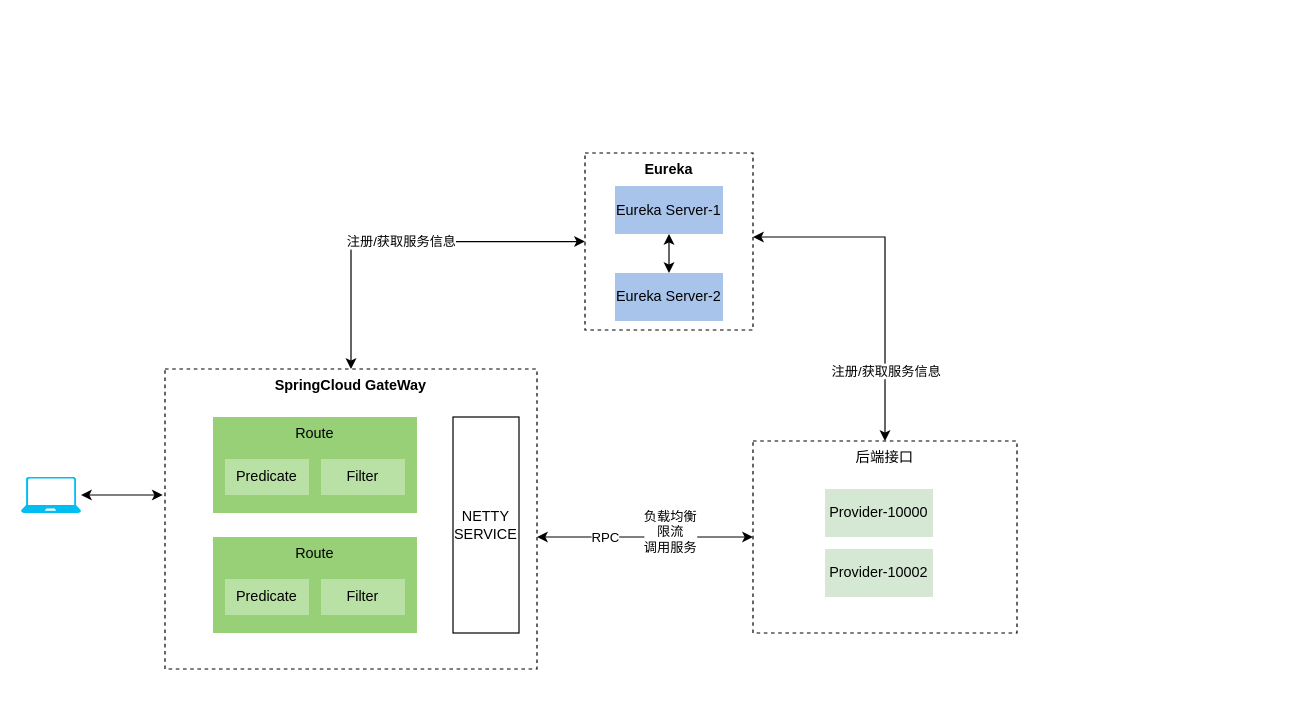
Above: asserts/架构图.drawio in RainbowJier/SpringCloud (draw.io), before the change. Source tidied: cells renumbered, new cells numbered last; positions are measured from the earlier drawing's top-left corner, leaving out a move shared by most shapes. Both pictures are drawn from the tidied source at 120%, with x=0, y=0 at pixel (20, 152).
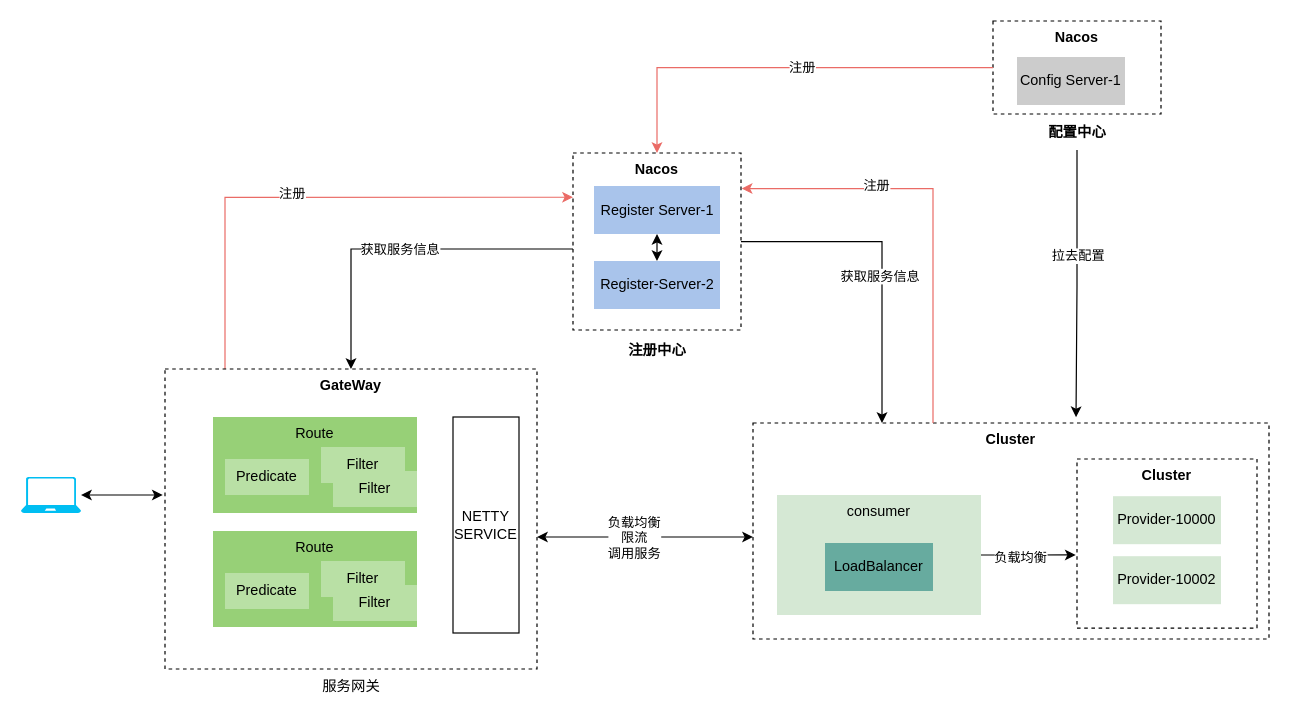
Above is the later version.

Commit message (it also covers changes not shown here):
更新架构图.drawio

Unchanged cells that the change refers to:
```xml
<mxCell id="5" style="group;" parent="1" vertex="1">
  <mxGeometry x="160" y="220" width="170" height="80" as="geometry" />
</mxCell>
<mxCell id="22" style="endArrow=classic;startArrow=classic;html=1;rounded=0;exitX=1;exitY=0.56;exitDx=0;exitDy=0;exitPerimeter=0;" parent="1" edge="1" source="3">
  <mxGeometry relative="1" as="geometry">
    <mxPoint x="610" y="320" as="targetPoint" />
  </mxGeometry>
</mxCell>
```

Change to the diagram source:
```diff
@@
+    <mxCell id="30" style="edgeStyle=orthogonalEdgeStyle;rounded=0;jettySize=auto;html=1;entryX=0;entryY=0.25;entryDx=0;entryDy=0;strokeColor=#EA6B66;" parent="1" edge="1" source="3" target="14">
+      <mxGeometry relative="1" as="geometry">
+        <Array as="points">
+          <mxPoint x="170" y="37" />
+        </Array>
+      </mxGeometry>
+    </mxCell>
+    <mxCell id="31" value="注册" style="edgeLabel;html=1;align=center;verticalAlign=middle;" parent="30" vertex="1">
+      <mxGeometry x="-0.28" y="3" relative="1" as="geometry">
+        <mxPoint x="43" as="offset" />
+      </mxGeometry>
+    </mxCell>
-    <mxCell id="3" value="&lt;b&gt;SpringCloud GateWay&lt;/b&gt;" style="rounded=0;whiteSpace=wrap;html=1;fillColor=none;strokeColor=default;align=center;verticalAlign=top;dashed=1;" parent="1" vertex="1">
+    <mxCell id="3" value="&lt;b&gt;GateWay&lt;/b&gt;" style="rounded=0;whiteSpace=wrap;html=1;fillColor=none;strokeColor=default;align=center;verticalAlign=top;dashed=1;" parent="1" vertex="1">
       <mxGeometry x="120" y="180" width="310" height="250" as="geometry" />
     </mxCell>
@@
     <mxCell id="7" value="Filter" style="rounded=0;whiteSpace=wrap;html=1;fillColor=#B9E0A5;align=center;verticalAlign=middle;strokeColor=none;" parent="5" vertex="1">
-      <mxGeometry x="90" y="35" width="70" height="30" as="geometry" />
+      <mxGeometry x="90" y="25" width="70" height="30" as="geometry" />
     </mxCell>
@@
-    <mxCell id="9" style="group;" parent="1" vertex="1">
-      <mxGeometry x="160" y="320" width="170" height="80" as="geometry" />
-    </mxCell>
-    <mxCell id="10" value="Route" style="rounded=0;whiteSpace=wrap;html=1;fillColor=#97D077;align=center;verticalAlign=top;strokeColor=none;" parent="9" vertex="1">
-      <mxGeometry width="170" height="80" as="geometry" />
-    </mxCell>
-    <mxCell id="11" value="Filter" style="rounded=0;whiteSpace=wrap;html=1;fillColor=#B9E0A5;align=center;verticalAlign=middle;strokeColor=none;" parent="9" vertex="1">
-      <mxGeometry x="90" y="35" width="70" height="30" as="geometry" />
-    </mxCell>
-    <mxCell id="12" value="Predicate" style="rounded=0;whiteSpace=wrap;html=1;fillColor=#B9E0A5;align=center;verticalAlign=middle;strokeColor=none;" parent="9" vertex="1">
-      <mxGeometry x="10" y="35" width="70" height="30" as="geometry" />
-    </mxCell>
     <mxCell id="13" style="group;" parent="1" vertex="1">
-      <mxGeometry x="470" width="140" height="147.5" as="geometry" />
+      <mxGeometry x="460" width="140" height="147.5" as="geometry" />
     </mxCell>
-    <mxCell id="14" value="&lt;b&gt;Eureka&lt;/b&gt;" style="rounded=0;whiteSpace=wrap;html=1;fillColor=none;strokeColor=default;align=center;verticalAlign=top;dashed=1;" parent="13" vertex="1">
+    <mxCell id="14" value="&lt;b&gt;Nacos&lt;/b&gt;" style="rounded=0;whiteSpace=wrap;html=1;fillColor=none;strokeColor=default;align=center;verticalAlign=top;dashed=1;" parent="13" vertex="1">
       <mxGeometry width="140" height="147.5" as="geometry" />
     </mxCell>
-    <mxCell id="15" value="Eureka Server-2" style="rounded=0;whiteSpace=wrap;html=1;fillColor=#A9C4EB;strokeColor=none;" parent="13" vertex="1">
-      <mxGeometry x="25" y="100" width="90" height="40" as="geometry" />
+    <mxCell id="15" value="Register-Server-2" style="rounded=0;whiteSpace=wrap;html=1;fillColor=#A9C4EB;strokeColor=none;" parent="13" vertex="1">
+      <mxGeometry x="17.5" y="90" width="105" height="40" as="geometry" />
     </mxCell>
-    <mxCell id="16" value="Eureka Server-1" style="rounded=0;whiteSpace=wrap;html=1;fillColor=#A9C4EB;strokeColor=none;" parent="13" vertex="1">
-      <mxGeometry x="25" y="27.5" width="90" height="40" as="geometry" />
+    <mxCell id="16" value="Register Server-1" style="rounded=0;whiteSpace=wrap;html=1;fillColor=#A9C4EB;strokeColor=none;" parent="13" vertex="1">
+      <mxGeometry x="17.5" y="27.5" width="105" height="40" as="geometry" />
     </mxCell>
@@
-    <mxCell id="18" style="group;" parent="1" vertex="1">
-      <mxGeometry x="610" y="240" width="220" height="160" as="geometry" />
-    </mxCell>
-    <mxCell id="19" value="后端接口" style="group;strokeColor=default;dashed=1;" parent="18" vertex="1">
-      <mxGeometry width="220" height="160" as="geometry" />
-    </mxCell>
-    <mxCell id="20" value="Provider-10000" style="rounded=0;whiteSpace=wrap;html=1;fillColor=#D5E8D4;strokeColor=none;" parent="18" vertex="1">
-      <mxGeometry x="60" y="40" width="90" height="40" as="geometry" />
-    </mxCell>
-    <mxCell id="21" value="Provider-10002" style="rounded=0;whiteSpace=wrap;html=1;fillColor=#D5E8D4;strokeColor=none;" parent="18" vertex="1">
-      <mxGeometry x="60" y="90" width="90" height="40" as="geometry" />
-    </mxCell>
@@
     <mxCell id="23" value="负载均衡&lt;br&gt;限流&lt;br&gt;调用服务" style="edgeLabel;html=1;align=center;verticalAlign=middle;" parent="22" vertex="1">
       <mxGeometry x="-0.27" relative="1" as="geometry">
-        <mxPoint x="44" y="-5" as="offset" />
+        <mxPoint x="14" as="offset" />
       </mxGeometry>
     </mxCell>
-    <mxCell id="24" value="RPC" style="edgeLabel;html=1;align=center;verticalAlign=middle;" parent="22" vertex="1">
-      <mxGeometry x="-0.38" relative="1" as="geometry" />
-    </mxCell>
-    <mxCell id="25" style="endArrow=classic;startArrow=classic;html=1;rounded=0;edgeStyle=elbowEdgeStyle;elbow=vertical;" parent="1" edge="1" target="14">
-      <mxGeometry relative="1" as="geometry">
-        <mxPoint x="720" y="240" as="sourcePoint" />
-        <Array as="points">
-          <mxPoint x="670" y="70" />
-        </Array>
-      </mxGeometry>
-    </mxCell>
-    <mxCell id="26" value="注册/获取服务信息" style="edgeLabel;html=1;align=center;verticalAlign=middle;" parent="25" vertex="1">
-      <mxGeometry x="-0.11" y="-2" relative="1" as="geometry">
-        <mxPoint x="-2" y="66" as="offset" />
-      </mxGeometry>
-    </mxCell>
@@
-    <mxCell id="28" style="edgeStyle=orthogonalEdgeStyle;rounded=0;jettySize=auto;html=1;startArrow=classic;startFill=1;" parent="1" edge="1" source="14" target="3">
-      <mxGeometry relative="1" as="geometry" />
+    <mxCell id="28" style="edgeStyle=orthogonalEdgeStyle;rounded=0;jettySize=auto;html=1;startArrow=none;startFill=0;" parent="1" edge="1" source="14" target="3">
+      <mxGeometry relative="1" as="geometry">
+        <Array as="points">
+          <mxPoint x="275" y="80" />
+        </Array>
+      </mxGeometry>
     </mxCell>
-    <mxCell id="29" value="注册/获取服务信息" style="edgeLabel;html=1;align=center;verticalAlign=middle;" parent="28" vertex="1">
+    <mxCell id="29" value="获取服务信息" style="edgeLabel;html=1;align=center;verticalAlign=middle;" parent="28" vertex="1">
       <mxGeometry x="0.02" relative="1" as="geometry" />
     </mxCell>
+    <mxCell id="32" style="group;" parent="1" vertex="1">
+      <mxGeometry x="810" y="-110" width="140" height="77.5" as="geometry" />
+    </mxCell>
+    <mxCell id="33" value="&lt;b&gt;Nacos&lt;/b&gt;" style="rounded=0;whiteSpace=wrap;html=1;fillColor=none;strokeColor=default;align=center;verticalAlign=top;dashed=1;" parent="32" vertex="1">
+      <mxGeometry width="140" height="77.5" as="geometry" />
+    </mxCell>
+    <mxCell id="34" value="Config Server-1" style="rounded=0;whiteSpace=wrap;html=1;fillColor=#CCCCCC;strokeColor=none;" parent="32" vertex="1">
+      <mxGeometry x="20" y="30" width="90" height="40" as="geometry" />
+    </mxCell>
+    <mxCell id="35" value="Filter" style="rounded=0;whiteSpace=wrap;html=1;fillColor=#B9E0A5;align=center;verticalAlign=middle;strokeColor=none;" parent="1" vertex="1">
+      <mxGeometry x="260" y="265" width="70" height="30" as="geometry" />
+    </mxCell>
+    <mxCell id="36" style="group;" parent="1" vertex="1">
+      <mxGeometry x="160" y="315" width="170" height="80" as="geometry" />
+    </mxCell>
+    <mxCell id="10" value="Route" style="rounded=0;whiteSpace=wrap;html=1;fillColor=#97D077;align=center;verticalAlign=top;strokeColor=none;" parent="36" vertex="1">
+      <mxGeometry width="170" height="80" as="geometry" />
+    </mxCell>
+    <mxCell id="37" value="Filter" style="rounded=0;whiteSpace=wrap;html=1;fillColor=#B9E0A5;align=center;verticalAlign=middle;strokeColor=none;" parent="36" vertex="1">
+      <mxGeometry x="90" y="25" width="70" height="30" as="geometry" />
+    </mxCell>
+    <mxCell id="12" value="Predicate" style="rounded=0;whiteSpace=wrap;html=1;fillColor=#B9E0A5;align=center;verticalAlign=middle;strokeColor=none;" parent="36" vertex="1">
+      <mxGeometry x="10" y="35" width="70" height="30" as="geometry" />
+    </mxCell>
+    <mxCell id="38" value="Filter" style="rounded=0;whiteSpace=wrap;html=1;fillColor=#B9E0A5;align=center;verticalAlign=middle;strokeColor=none;" parent="36" vertex="1">
+      <mxGeometry x="100" y="45" width="70" height="30" as="geometry" />
+    </mxCell>
+    <mxCell id="39" style="group;" parent="1" vertex="1">
+      <mxGeometry x="610" y="225" width="430" height="180" as="geometry" />
+    </mxCell>
+    <mxCell id="40" value="&lt;b&gt;Cluster&lt;/b&gt;" style="rounded=0;whiteSpace=wrap;html=1;fillColor=none;dashed=1;verticalAlign=top;" parent="39" vertex="1">
+      <mxGeometry width="430" height="180" as="geometry" />
+    </mxCell>
+    <mxCell id="41" style="group;" parent="39" vertex="1">
+      <mxGeometry x="20" y="60" width="170" height="100" as="geometry" />
+    </mxCell>
+    <mxCell id="42" value="consumer" style="rounded=0;whiteSpace=wrap;html=1;fillColor=#D5E8D4;strokeColor=none;verticalAlign=top;" parent="41" vertex="1">
+      <mxGeometry width="170" height="100" as="geometry" />
+    </mxCell>
+    <mxCell id="43" value="LoadBalancer" style="rounded=0;whiteSpace=wrap;html=1;fillColor=#67AB9F;strokeColor=none;" parent="41" vertex="1">
+      <mxGeometry x="40" y="40" width="90" height="40" as="geometry" />
+    </mxCell>
+    <mxCell id="44" style="group;" parent="39" vertex="1">
+      <mxGeometry x="270" y="30" width="150" height="141" as="geometry" />
+    </mxCell>
+    <mxCell id="20" value="Provider-10000" style="rounded=0;whiteSpace=wrap;html=1;fillColor=#D5E8D4;strokeColor=none;" parent="44" vertex="1">
+      <mxGeometry x="30" y="31" width="90" height="40" as="geometry" />
+    </mxCell>
+    <mxCell id="21" value="Provider-10002" style="rounded=0;whiteSpace=wrap;html=1;fillColor=#D5E8D4;strokeColor=none;" parent="44" vertex="1">
+      <mxGeometry x="30" y="81" width="90" height="40" as="geometry" />
+    </mxCell>
+    <mxCell id="45" value="&lt;b&gt;Cluster&lt;/b&gt;" style="rounded=0;whiteSpace=wrap;html=1;fillColor=none;dashed=1;verticalAlign=top;" parent="44" vertex="1">
+      <mxGeometry width="150" height="141" as="geometry" />
+    </mxCell>
+    <mxCell id="46" style="edgeStyle=orthogonalEdgeStyle;rounded=0;jettySize=auto;html=1;entryX=-0.007;entryY=0.567;entryDx=0;entryDy=0;entryPerimeter=0;" parent="39" edge="1" source="42" target="45">
+      <mxGeometry relative="1" as="geometry" />
+    </mxCell>
+    <mxCell id="47" value="负载均衡" style="edgeLabel;html=1;align=center;verticalAlign=middle;" parent="46" vertex="1">
+      <mxGeometry x="-0.18" y="-1" relative="1" as="geometry" />
+    </mxCell>
+    <mxCell id="48" style="edgeStyle=orthogonalEdgeStyle;rounded=0;jettySize=auto;html=1;entryX=1.004;entryY=0.201;entryDx=0;entryDy=0;entryPerimeter=0;strokeColor=#EA6B66;" parent="1" edge="1" source="40" target="14">
+      <mxGeometry relative="1" as="geometry">
+        <Array as="points">
+          <mxPoint x="760" y="30" />
+        </Array>
+      </mxGeometry>
+    </mxCell>
+    <mxCell id="49" value="注册" style="edgeLabel;html=1;align=center;verticalAlign=middle;" parent="48" vertex="1">
+      <mxGeometry x="0.37" y="-3" relative="1" as="geometry" />
+    </mxCell>
+    <mxCell id="50" style="edgeStyle=orthogonalEdgeStyle;rounded=0;jettySize=auto;html=1;entryX=0.25;entryY=0;entryDx=0;entryDy=0;" parent="1" edge="1" source="14" target="40">
+      <mxGeometry relative="1" as="geometry">
+        <Array as="points">
+          <mxPoint x="718" y="74" />
+        </Array>
+      </mxGeometry>
+    </mxCell>
+    <mxCell id="51" value="获取服务信息" style="edgeLabel;html=1;align=center;verticalAlign=middle;" parent="50" vertex="1">
+      <mxGeometry x="0.09" y="-2" relative="1" as="geometry" />
+    </mxCell>
+    <mxCell id="52" style="edgeStyle=orthogonalEdgeStyle;rounded=0;jettySize=auto;html=1;strokeColor=#EA6B66;" parent="1" edge="1" source="33" target="14">
+      <mxGeometry relative="1" as="geometry" />
+    </mxCell>
+    <mxCell id="53" value="注册" style="edgeLabel;html=1;align=center;verticalAlign=middle;" parent="52" vertex="1">
+      <mxGeometry x="-0.03" y="-4" relative="1" as="geometry">
+        <mxPoint x="10" y="4" as="offset" />
+      </mxGeometry>
+    </mxCell>
+    <mxCell id="54" value="&lt;b&gt;注册中心&lt;/b&gt;" style="text;html=1;align=center;verticalAlign=middle;strokeColor=none;fillColor=none;" parent="1" vertex="1">
+      <mxGeometry x="495" y="150" width="70" height="30" as="geometry" />
+    </mxCell>
+    <mxCell id="55" value="&lt;b&gt;配置中心&lt;/b&gt;" style="text;html=1;align=center;verticalAlign=middle;points=[];strokeColor=none;fillColor=none;" parent="1" vertex="1">
+      <mxGeometry x="845" y="-32.5" width="70" height="30" as="geometry" />
+    </mxCell>
+    <mxCell id="56" value="服务网关" style="text;html=1;align=center;verticalAlign=middle;strokeColor=none;fillColor=none;" parent="1" vertex="1">
+      <mxGeometry x="240" y="430" width="70" height="30" as="geometry" />
+    </mxCell>
+    <mxCell id="57" style="edgeStyle=orthogonalEdgeStyle;rounded=0;jettySize=auto;html=1;entryX=0.626;entryY=-0.027;entryDx=0;entryDy=0;entryPerimeter=0;" parent="1" edge="1" source="55" target="40">
+      <mxGeometry relative="1" as="geometry" />
+    </mxCell>
+    <mxCell id="58" value="拉去配置" style="edgeLabel;html=1;align=center;verticalAlign=middle;" parent="57" vertex="1">
+      <mxGeometry x="-0.21" relative="1" as="geometry" />
+    </mxCell>
```
